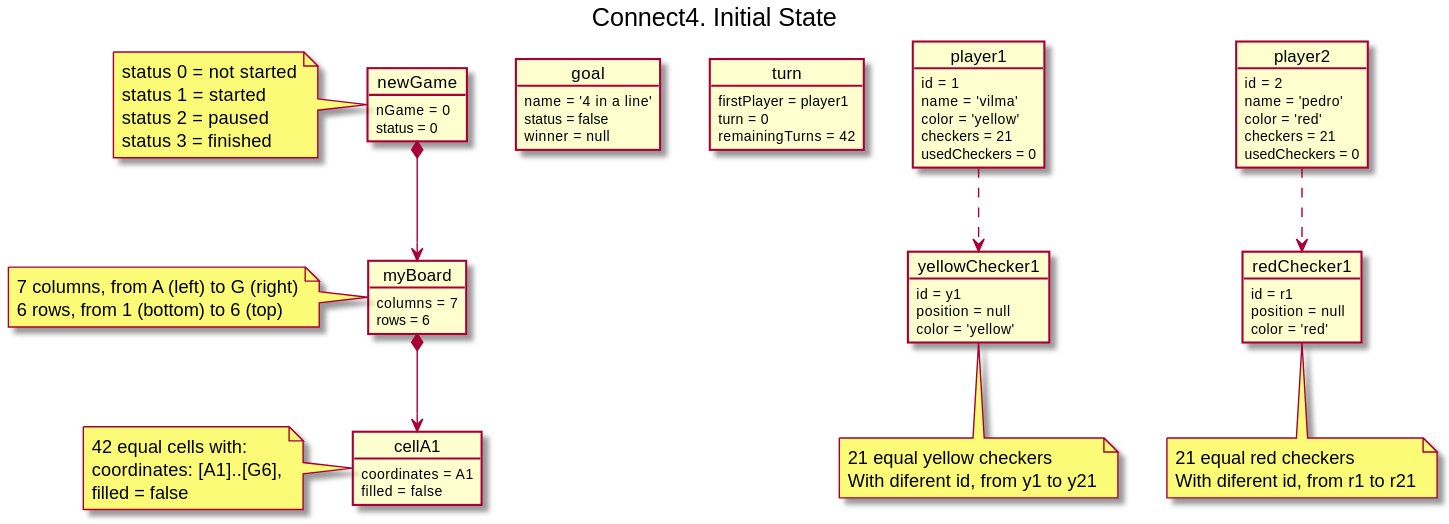
The PlantUML diagram software/game-connect4/docs/images/connect4--initial-state.svg in USantaTecla-ed-mpds/lab-boole, before a commit.
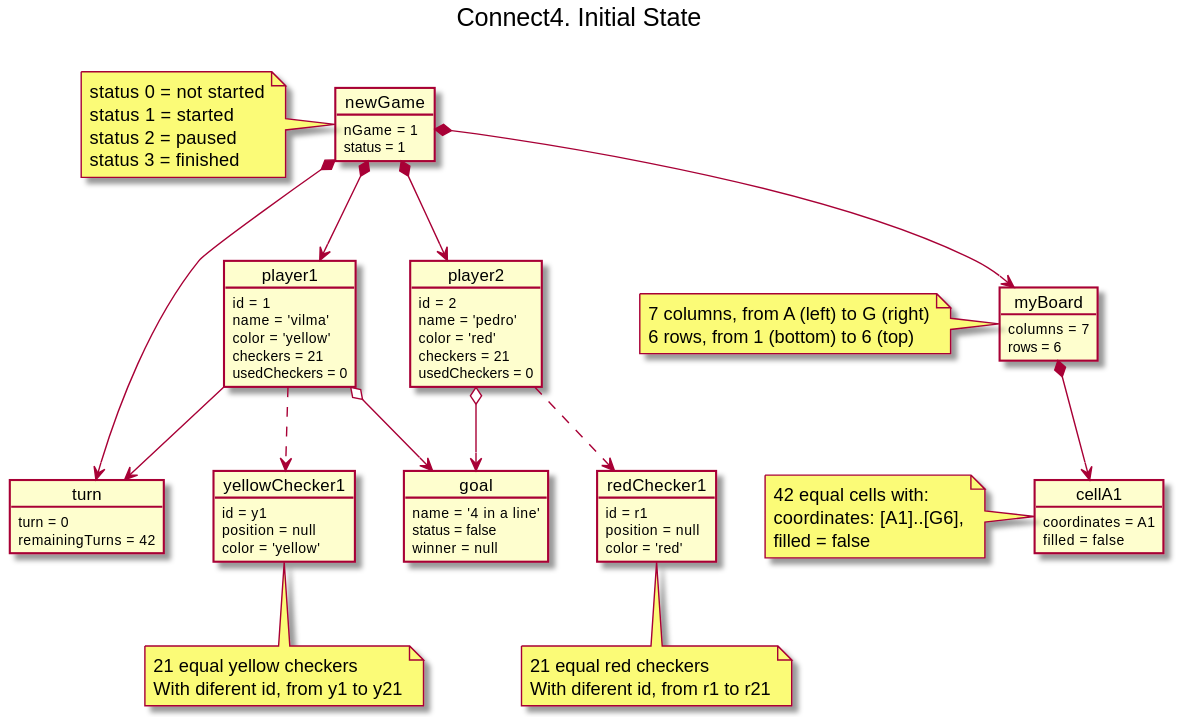
Above is the later version.

Change to the diagram source:
```diff
@@ -1,7 +1,7 @@
 @startuml connect4--initial-state
 
 
-title Connect4. Initial State
+title Connect4. Initial State \n
 
 object newGame
 note left of newGame
@@ -22,8 +22,8 @@
 
 
 object newGame {
-    nGame = 0
-    status = 0
+    nGame = 1
+    status = 1
 }
 
 object goal {
@@ -33,7 +33,6 @@
 }
 
 object turn {
-    firstPlayer = player1
     turn = 0
     remainingTurns = 42
 }
@@ -98,10 +97,20 @@
 end note
 
 newGame *--> myBoard
+newGame *--> player1
+newGame *--> player2
+newGame *--> turn
 myBoard *--> cellA1
 
 player1 ..> yellowChecker1
 player2 ..> redChecker1
+player1 o--> goal
+player2 o--> goal
+
+player1 --> turn
+
+
+
 
 
 @enduml
```
